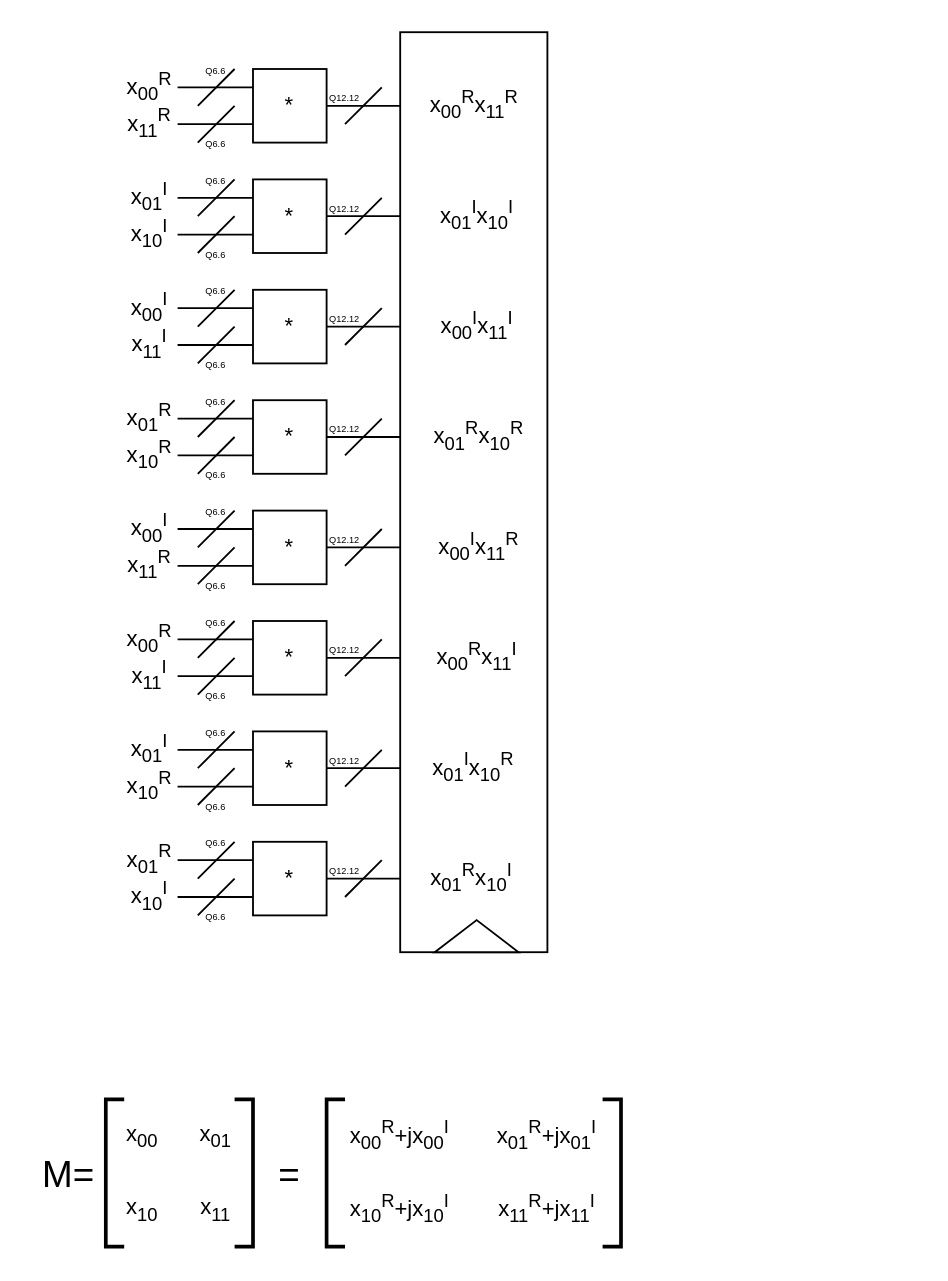
The draw.io diagram datapathLab3.drawio in FranciscoPRosa/NEEC_test, before the edit. Source tidied: cells renumbered, new cells numbered last; positions are measured from the earlier drawing's top-left corner, leaving out a move shared by most shapes. Both pictures are drawn from the tidied source at 184%, with x=0, y=0 at pixel (13, 50).
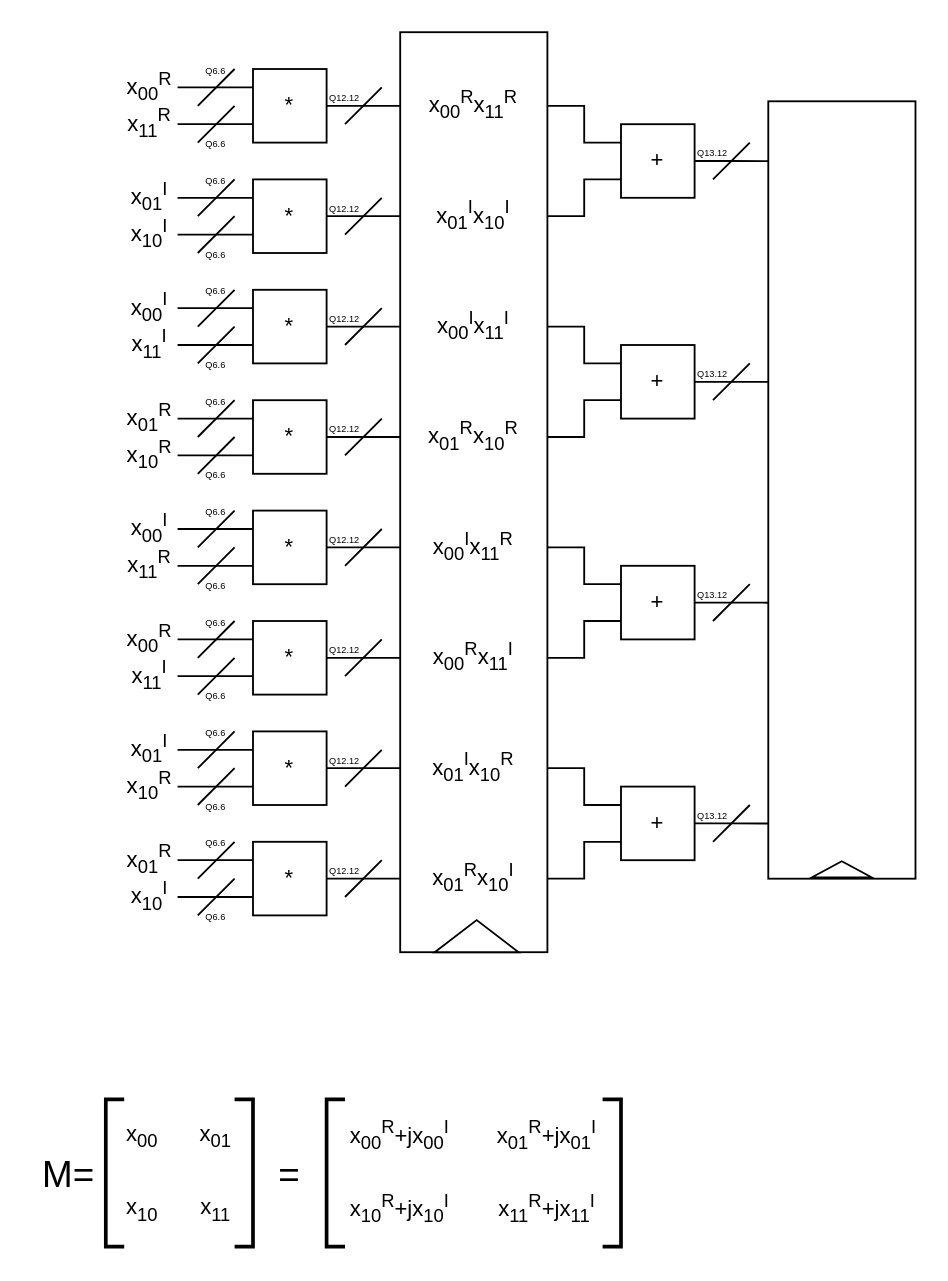
The same diagram, later.

The edit, as a diff of the source:
```diff
@@
+    <mxCell id="122" style="edgeStyle=orthogonalEdgeStyle;rounded=0;jettySize=auto;html=1;entryX=0;entryY=0.25;entryDx=0;entryDy=0;endArrow=none;endFill=0;" parent="1" edge="1" source="114" target="130">
+      <mxGeometry relative="1" as="geometry" />
+    </mxCell>
     <mxCell id="114" value="x&lt;sub&gt;00&lt;/sub&gt;&lt;sup&gt;R&lt;/sup&gt;x&lt;sub&gt;11&lt;/sub&gt;&lt;sup&gt;R&lt;/sup&gt;" style="text;html=1;align=center;verticalAlign=middle;whiteSpace=wrap;rounded=0;" parent="1" vertex="1">
-      <mxGeometry x="222.5" y="20" width="55" height="20" as="geometry" />
+      <mxGeometry x="210" y="20" width="80" height="20" as="geometry" />
     </mxCell>
+    <mxCell id="123" style="edgeStyle=orthogonalEdgeStyle;rounded=0;jettySize=auto;html=1;entryX=0;entryY=0.75;entryDx=0;entryDy=0;endArrow=none;endFill=0;" parent="1" edge="1" source="115" target="130">
+      <mxGeometry relative="1" as="geometry" />
+    </mxCell>
     <mxCell id="115" value="x&lt;sub&gt;01&lt;/sub&gt;&lt;sup&gt;I&lt;/sup&gt;x&lt;sub&gt;10&lt;/sub&gt;&lt;sup&gt;I&lt;/sup&gt;" style="text;html=1;align=center;verticalAlign=middle;whiteSpace=wrap;rounded=0;" parent="1" vertex="1">
-      <mxGeometry x="222.5" y="80" width="57.5" height="20" as="geometry" />
+      <mxGeometry x="210" y="80" width="80" height="20" as="geometry" />
     </mxCell>
+    <mxCell id="124" style="edgeStyle=orthogonalEdgeStyle;rounded=0;jettySize=auto;html=1;entryX=0;entryY=0.25;entryDx=0;entryDy=0;endArrow=none;endFill=0;" parent="1" edge="1" source="116" target="131">
+      <mxGeometry relative="1" as="geometry" />
+    </mxCell>
     <mxCell id="116" value="x&lt;sub&gt;00&lt;/sub&gt;&lt;sup&gt;I&lt;/sup&gt;x&lt;sub&gt;11&lt;/sub&gt;&lt;sup&gt;I&lt;/sup&gt;" style="text;html=1;align=center;verticalAlign=middle;whiteSpace=wrap;rounded=0;" parent="1" vertex="1">
-      <mxGeometry x="222.5" y="140" width="57.5" height="20" as="geometry" />
+      <mxGeometry x="210" y="140" width="80" height="20" as="geometry" />
     </mxCell>
+    <mxCell id="125" style="edgeStyle=orthogonalEdgeStyle;rounded=0;jettySize=auto;html=1;entryX=0;entryY=0.75;entryDx=0;entryDy=0;endArrow=none;endFill=0;" parent="1" edge="1" source="117" target="131">
+      <mxGeometry relative="1" as="geometry" />
+    </mxCell>
     <mxCell id="117" value="x&lt;sub&gt;01&lt;/sub&gt;&lt;sup&gt;R&lt;/sup&gt;x&lt;sub&gt;10&lt;/sub&gt;&lt;sup&gt;R&lt;/sup&gt;" style="text;html=1;align=center;verticalAlign=middle;whiteSpace=wrap;rounded=0;" parent="1" vertex="1">
-      <mxGeometry x="222.5" y="200" width="59.7" height="20" as="geometry" />
+      <mxGeometry x="210" y="200" width="80" height="20" as="geometry" />
     </mxCell>
+    <mxCell id="126" style="edgeStyle=orthogonalEdgeStyle;rounded=0;jettySize=auto;html=1;entryX=0;entryY=0.25;entryDx=0;entryDy=0;endArrow=none;endFill=0;" parent="1" edge="1" source="118" target="132">
+      <mxGeometry relative="1" as="geometry" />
+    </mxCell>
     <mxCell id="118" value="x&lt;sub&gt;00&lt;/sub&gt;&lt;sup&gt;I&lt;/sup&gt;x&lt;sub&gt;11&lt;/sub&gt;&lt;sup&gt;R&lt;/sup&gt;" style="text;html=1;align=center;verticalAlign=middle;whiteSpace=wrap;rounded=0;" parent="1" vertex="1">
-      <mxGeometry x="222.5" y="260" width="60" height="20" as="geometry" />
+      <mxGeometry x="210" y="260" width="80" height="20" as="geometry" />
     </mxCell>
+    <mxCell id="127" style="edgeStyle=orthogonalEdgeStyle;rounded=0;jettySize=auto;html=1;entryX=0;entryY=0.75;entryDx=0;entryDy=0;endArrow=none;endFill=0;" parent="1" edge="1" source="119" target="132">
+      <mxGeometry relative="1" as="geometry" />
+    </mxCell>
     <mxCell id="119" value="x&lt;sub&gt;00&lt;/sub&gt;&lt;sup&gt;R&lt;/sup&gt;x&lt;sub&gt;11&lt;/sub&gt;&lt;sup&gt;I&lt;/sup&gt;" style="text;html=1;align=center;verticalAlign=middle;whiteSpace=wrap;rounded=0;" parent="1" vertex="1">
-      <mxGeometry x="222.5" y="320" width="57.5" height="20" as="geometry" />
+      <mxGeometry x="210" y="320" width="80" height="20" as="geometry" />
     </mxCell>
+    <mxCell id="128" style="edgeStyle=orthogonalEdgeStyle;rounded=0;jettySize=auto;html=1;entryX=0;entryY=0.25;entryDx=0;entryDy=0;endArrow=none;endFill=0;" parent="1" edge="1" source="120" target="133">
+      <mxGeometry relative="1" as="geometry" />
+    </mxCell>
     <mxCell id="120" value="x&lt;sub&gt;01&lt;/sub&gt;&lt;sup&gt;I&lt;/sup&gt;x&lt;sub&gt;10&lt;/sub&gt;&lt;sup&gt;R&lt;/sup&gt;" style="text;html=1;align=center;verticalAlign=middle;whiteSpace=wrap;rounded=0;" parent="1" vertex="1">
-      <mxGeometry x="221.2" y="380" width="57.5" height="20" as="geometry" />
+      <mxGeometry x="210" y="380" width="80" height="20" as="geometry" />
     </mxCell>
+    <mxCell id="129" style="edgeStyle=orthogonalEdgeStyle;rounded=0;jettySize=auto;html=1;entryX=0;entryY=0.75;entryDx=0;entryDy=0;endArrow=none;endFill=0;" parent="1" edge="1" source="121" target="133">
+      <mxGeometry relative="1" as="geometry" />
+    </mxCell>
     <mxCell id="121" value="x&lt;sub&gt;01&lt;/sub&gt;&lt;sup&gt;R&lt;/sup&gt;x&lt;sub&gt;10&lt;/sub&gt;&lt;sup&gt;I&lt;/sup&gt;" style="text;html=1;align=center;verticalAlign=middle;whiteSpace=wrap;rounded=0;" parent="1" vertex="1">
-      <mxGeometry x="220" y="440" width="57.5" height="20" as="geometry" />
+      <mxGeometry x="210" y="440" width="80" height="20" as="geometry" />
     </mxCell>
+    <mxCell id="130" value="+" style="rounded=0;whiteSpace=wrap;html=1;" parent="1" vertex="1">
+      <mxGeometry x="330" y="40" width="40" height="40" as="geometry" />
+    </mxCell>
+    <mxCell id="131" value="+" style="rounded=0;whiteSpace=wrap;html=1;" parent="1" vertex="1">
+      <mxGeometry x="330" y="160" width="40" height="40" as="geometry" />
+    </mxCell>
+    <mxCell id="132" value="+" style="rounded=0;whiteSpace=wrap;html=1;" parent="1" vertex="1">
+      <mxGeometry x="330" y="280" width="40" height="40" as="geometry" />
+    </mxCell>
+    <mxCell id="133" value="+" style="rounded=0;whiteSpace=wrap;html=1;" parent="1" vertex="1">
+      <mxGeometry x="330" y="400" width="40" height="40" as="geometry" />
+    </mxCell>
+    <mxCell id="134" style="rounded=0;whiteSpace=wrap;html=1;rotation=90;" parent="1" vertex="1">
+      <mxGeometry x="238.8" y="198.8" width="422.5" height="80" as="geometry" />
+    </mxCell>
+    <mxCell id="135" style="triangle;whiteSpace=wrap;html=1;rotation=-90;" parent="1" vertex="1">
+      <mxGeometry x="445.6" y="428.6" width="8.8" height="32.8" as="geometry" />
+    </mxCell>
+    <mxCell id="136" style="edgeStyle=orthogonalEdgeStyle;rounded=0;jettySize=auto;html=1;entryX=0.077;entryY=1;entryDx=0;entryDy=0;entryPerimeter=0;endArrow=none;endFill=0;" parent="1" edge="1" source="130" target="134">
+      <mxGeometry relative="1" as="geometry" />
+    </mxCell>
+    <mxCell id="137" style="edgeStyle=orthogonalEdgeStyle;rounded=0;jettySize=auto;html=1;entryX=0.361;entryY=1;entryDx=0;entryDy=0;entryPerimeter=0;endArrow=none;endFill=0;" parent="1" edge="1" source="131" target="134">
+      <mxGeometry relative="1" as="geometry" />
+    </mxCell>
+    <mxCell id="138" style="edgeStyle=orthogonalEdgeStyle;rounded=0;jettySize=auto;html=1;entryX=0.645;entryY=1;entryDx=0;entryDy=0;entryPerimeter=0;endArrow=none;endFill=0;" parent="1" edge="1" source="132" target="134">
+      <mxGeometry relative="1" as="geometry" />
+    </mxCell>
+    <mxCell id="139" style="edgeStyle=orthogonalEdgeStyle;rounded=0;jettySize=auto;html=1;entryX=0.929;entryY=1;entryDx=0;entryDy=0;entryPerimeter=0;endArrow=none;endFill=0;" parent="1" edge="1" source="133" target="134">
+      <mxGeometry relative="1" as="geometry" />
+    </mxCell>
+    <mxCell id="140" style="endArrow=none;html=1;rounded=0;" parent="1" edge="1">
+      <mxGeometry relative="1" as="geometry">
+        <mxPoint x="380" y="70" as="sourcePoint" />
+        <mxPoint x="400" y="50" as="targetPoint" />
+      </mxGeometry>
+    </mxCell>
+    <mxCell id="141" style="endArrow=none;html=1;rounded=0;" parent="1" edge="1">
+      <mxGeometry relative="1" as="geometry">
+        <mxPoint x="380" y="190" as="sourcePoint" />
+        <mxPoint x="400" y="170" as="targetPoint" />
+      </mxGeometry>
+    </mxCell>
+    <mxCell id="142" style="endArrow=none;html=1;rounded=0;" parent="1" edge="1">
+      <mxGeometry relative="1" as="geometry">
+        <mxPoint x="380" y="310" as="sourcePoint" />
+        <mxPoint x="400" y="290" as="targetPoint" />
+      </mxGeometry>
+    </mxCell>
+    <mxCell id="143" style="endArrow=none;html=1;rounded=0;" parent="1" edge="1">
+      <mxGeometry relative="1" as="geometry">
+        <mxPoint x="380" y="430" as="sourcePoint" />
+        <mxPoint x="400" y="410" as="targetPoint" />
+      </mxGeometry>
+    </mxCell>
+    <mxCell id="144" value="Q13.12" style="text;html=1;align=center;verticalAlign=middle;whiteSpace=wrap;rounded=0;fontSize=5;" parent="1" vertex="1">
+      <mxGeometry x="370" y="410" width="20" height="10" as="geometry" />
+    </mxCell>
+    <mxCell id="145" value="Q13.12" style="text;html=1;align=center;verticalAlign=middle;whiteSpace=wrap;rounded=0;fontSize=5;" parent="1" vertex="1">
+      <mxGeometry x="370" y="290" width="20" height="10" as="geometry" />
+    </mxCell>
+    <mxCell id="146" value="Q13.12" style="text;html=1;align=center;verticalAlign=middle;whiteSpace=wrap;rounded=0;fontSize=5;" parent="1" vertex="1">
+      <mxGeometry x="370" y="170" width="20" height="10" as="geometry" />
+    </mxCell>
+    <mxCell id="147" value="Q13.12" style="text;html=1;align=center;verticalAlign=middle;whiteSpace=wrap;rounded=0;fontSize=5;" parent="1" vertex="1">
+      <mxGeometry x="370" y="50" width="20" height="10" as="geometry" />
+    </mxCell>
```
